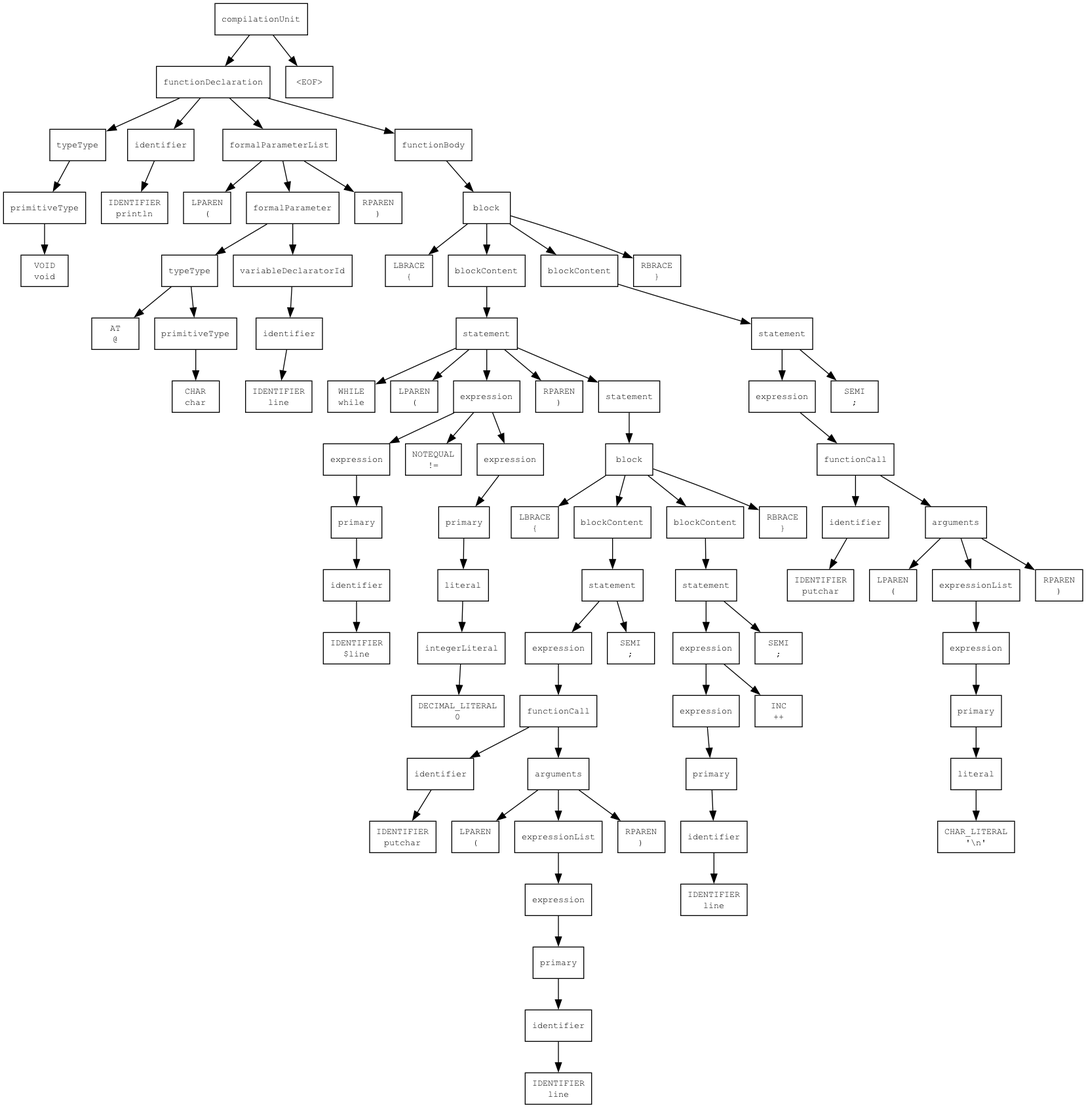
Above: palylang/example_parse_tree.png in maxcai314/palylang (Graphviz), before the change. Its source is kept beside it as palylang/example_parse_tree.dot.
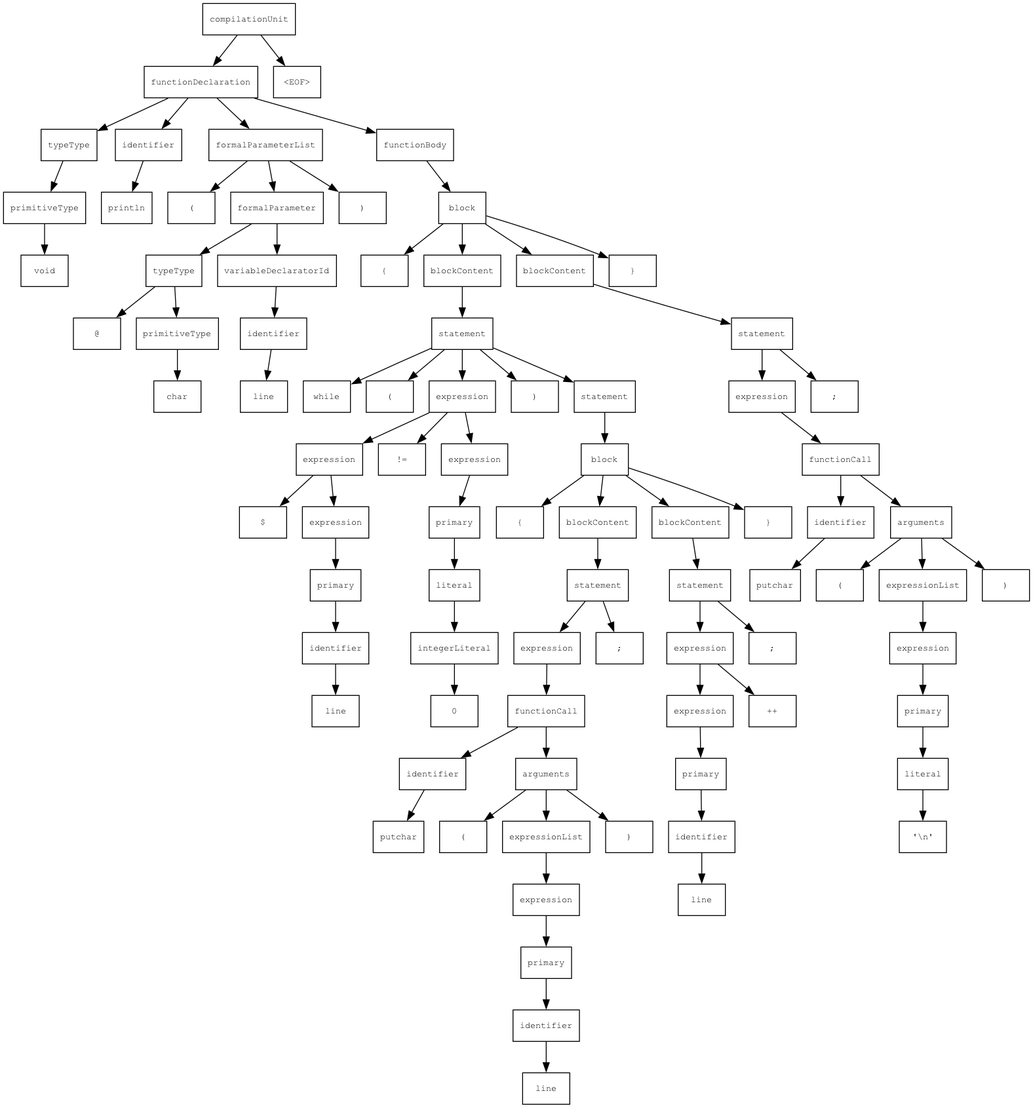
Above is the later version.

Change to the diagram source:
```diff
@@ -7,160 +7,164 @@
   n1 -> n2;
   n3 [label="primitiveType"];
   n2 -> n3;
-  n4 [label="VOID\nvoid"];
+  n4 [label="void"];
   n3 -> n4;
   n5 [label="identifier"];
   n1 -> n5;
-  n6 [label="IDENTIFIER\nprintln"];
+  n6 [label="println"];
   n5 -> n6;
   n7 [label="formalParameterList"];
   n1 -> n7;
-  n8 [label="LPAREN\n("];
+  n8 [label="("];
   n7 -> n8;
   n9 [label="formalParameter"];
   n7 -> n9;
   n10 [label="typeType"];
   n9 -> n10;
-  n11 [label="AT\n@"];
+  n11 [label="@"];
   n10 -> n11;
   n12 [label="primitiveType"];
   n10 -> n12;
-  n13 [label="CHAR\nchar"];
+  n13 [label="char"];
   n12 -> n13;
   n14 [label="variableDeclaratorId"];
   n9 -> n14;
   n15 [label="identifier"];
   n14 -> n15;
-  n16 [label="IDENTIFIER\nline"];
+  n16 [label="line"];
   n15 -> n16;
-  n17 [label="RPAREN\n)"];
+  n17 [label=")"];
   n7 -> n17;
   n18 [label="functionBody"];
   n1 -> n18;
   n19 [label="block"];
   n18 -> n19;
-  n20 [label="LBRACE\n{"];
+  n20 [label="{"];
   n19 -> n20;
   n21 [label="blockContent"];
   n19 -> n21;
   n22 [label="statement"];
   n21 -> n22;
-  n23 [label="WHILE\nwhile"];
+  n23 [label="while"];
   n22 -> n23;
-  n24 [label="LPAREN\n("];
+  n24 [label="("];
   n22 -> n24;
   n25 [label="expression"];
   n22 -> n25;
   n26 [label="expression"];
   n25 -> n26;
-  n27 [label="primary"];
+  n27 [label="$"];
   n26 -> n27;
-  n28 [label="identifier"];
-  n27 -> n28;
-  n29 [label="IDENTIFIER\n$line"];
+  n28 [label="expression"];
+  n26 -> n28;
+  n29 [label="primary"];
   n28 -> n29;
-  n30 [label="NOTEQUAL\n!="];
-  n25 -> n30;
-  n31 [label="expression"];
-  n25 -> n31;
-  n32 [label="primary"];
-  n31 -> n32;
-  n33 [label="literal"];
-  n32 -> n33;
-  n34 [label="integerLiteral"];
+  n30 [label="identifier"];
+  n29 -> n30;
+  n31 [label="line"];
+  n30 -> n31;
+  n32 [label="!="];
+  n25 -> n32;
+  n33 [label="expression"];
+  n25 -> n33;
+  n34 [label="primary"];
   n33 -> n34;
-  n35 [label="DECIMAL_LITERAL\n0"];
+  n35 [label="literal"];
   n34 -> n35;
-  n36 [label="RPAREN\n)"];
-  n22 -> n36;
-  n37 [label="statement"];
-  n22 -> n37;
-  n38 [label="block"];
-  n37 -> n38;
-  n39 [label="LBRACE\n{"];
-  n38 -> n39;
-  n40 [label="blockContent"];
-  n38 -> n40;
-  n41 [label="statement"];
+  n36 [label="integerLiteral"];
+  n35 -> n36;
+  n37 [label="0"];
+  n36 -> n37;
+  n38 [label=")"];
+  n22 -> n38;
+  n39 [label="statement"];
+  n22 -> n39;
+  n40 [label="block"];
+  n39 -> n40;
+  n41 [label="{"];
   n40 -> n41;
-  n42 [label="expression"];
-  n41 -> n42;
-  n43 [label="functionCall"];
+  n42 [label="blockContent"];
+  n40 -> n42;
+  n43 [label="statement"];
   n42 -> n43;
-  n44 [label="identifier"];
+  n44 [label="expression"];
   n43 -> n44;
-  n45 [label="IDENTIFIER\nputchar"];
+  n45 [label="functionCall"];
   n44 -> n45;
-  n46 [label="arguments"];
-  n43 -> n46;
-  n47 [label="LPAREN\n("];
+  n46 [label="identifier"];
+  n45 -> n46;
+  n47 [label="putchar"];
   n46 -> n47;
-  n48 [label="expressionList"];
-  n46 -> n48;
-  n49 [label="expression"];
+  n48 [label="arguments"];
+  n45 -> n48;
+  n49 [label="("];
   n48 -> n49;
-  n50 [label="primary"];
-  n49 -> n50;
-  n51 [label="identifier"];
+  n50 [label="expressionList"];
+  n48 -> n50;
+  n51 [label="expression"];
   n50 -> n51;
-  n52 [label="IDENTIFIER\nline"];
+  n52 [label="primary"];
   n51 -> n52;
-  n53 [label="RPAREN\n)"];
-  n46 -> n53;
-  n54 [label="SEMI\n;"];
-  n41 -> n54;
-  n55 [label="blockContent"];
-  n38 -> n55;
-  n56 [label="statement"];
-  n55 -> n56;
-  n57 [label="expression"];
-  n56 -> n57;
-  n58 [label="expression"];
+  n53 [label="identifier"];
+  n52 -> n53;
+  n54 [label="line"];
+  n53 -> n54;
+  n55 [label=")"];
+  n48 -> n55;
+  n56 [label=";"];
+  n43 -> n56;
+  n57 [label="blockContent"];
+  n40 -> n57;
+  n58 [label="statement"];
   n57 -> n58;
-  n59 [label="primary"];
+  n59 [label="expression"];
   n58 -> n59;
-  n60 [label="identifier"];
+  n60 [label="expression"];
   n59 -> n60;
-  n61 [label="IDENTIFIER\nline"];
+  n61 [label="primary"];
   n60 -> n61;
-  n62 [label="INC\n++"];
-  n57 -> n62;
-  n63 [label="SEMI\n;"];
-  n56 -> n63;
-  n64 [label="RBRACE\n}"];
-  n38 -> n64;
-  n65 [label="blockContent"];
-  n19 -> n65;
-  n66 [label="statement"];
-  n65 -> n66;
-  n67 [label="expression"];
-  n66 -> n67;
-  n68 [label="functionCall"];
+  n62 [label="identifier"];
+  n61 -> n62;
+  n63 [label="line"];
+  n62 -> n63;
+  n64 [label="++"];
+  n59 -> n64;
+  n65 [label=";"];
+  n58 -> n65;
+  n66 [label="}"];
+  n40 -> n66;
+  n67 [label="blockContent"];
+  n19 -> n67;
+  n68 [label="statement"];
   n67 -> n68;
-  n69 [label="identifier"];
+  n69 [label="expression"];
   n68 -> n69;
-  n70 [label="IDENTIFIER\nputchar"];
+  n70 [label="functionCall"];
   n69 -> n70;
-  n71 [label="arguments"];
-  n68 -> n71;
-  n72 [label="LPAREN\n("];
+  n71 [label="identifier"];
+  n70 -> n71;
+  n72 [label="putchar"];
   n71 -> n72;
-  n73 [label="expressionList"];
-  n71 -> n73;
-  n74 [label="expression"];
+  n73 [label="arguments"];
+  n70 -> n73;
+  n74 [label="("];
   n73 -> n74;
-  n75 [label="primary"];
-  n74 -> n75;
-  n76 [label="literal"];
+  n75 [label="expressionList"];
+  n73 -> n75;
+  n76 [label="expression"];
   n75 -> n76;
-  n77 [label="CHAR_LITERAL\n'\\n'"];
+  n77 [label="primary"];
   n76 -> n77;
-  n78 [label="RPAREN\n)"];
-  n71 -> n78;
-  n79 [label="SEMI\n;"];
-  n66 -> n79;
-  n80 [label="RBRACE\n}"];
-  n19 -> n80;
-  n81 [label="<EOF>"];
-  n0 -> n81;
+  n78 [label="literal"];
+  n77 -> n78;
+  n79 [label="'\\n'"];
+  n78 -> n79;
+  n80 [label=")"];
+  n73 -> n80;
+  n81 [label=";"];
+  n68 -> n81;
+  n82 [label="}"];
+  n19 -> n82;
+  n83 [label="<EOF>"];
+  n0 -> n83;
 }
```
